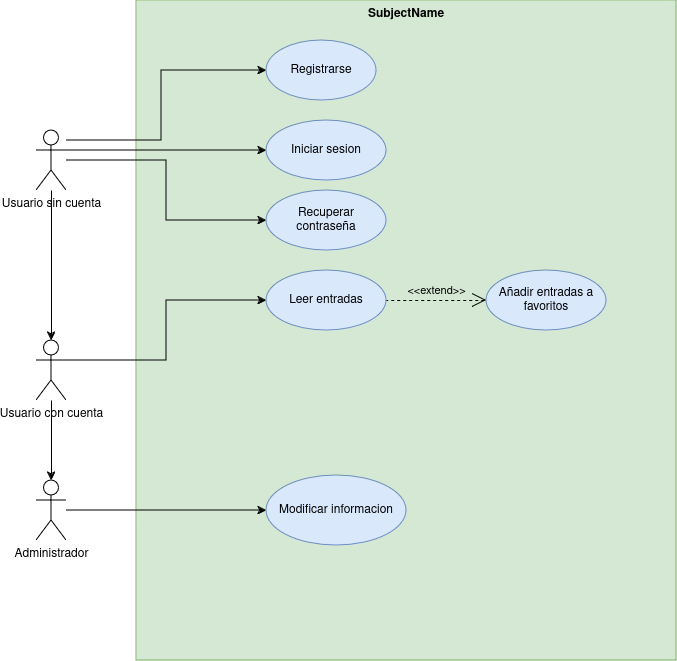
This is images/diagrama_casos_uso.drawio.png from mahoramas/LOLpedia-App, a draw.io export, as it was before one commit. Source tidied: cells renumbered, new cells last; positions are measured from the earlier drawing's top-left corner, leaving out a move shared by most shapes.
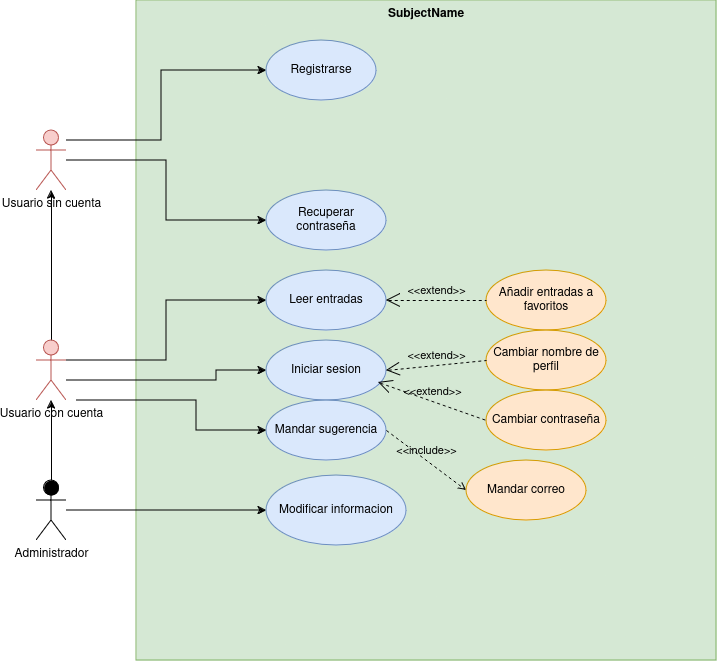
After the change.

The edit, as a diff of the source:
```diff
@@ -3,20 +3,21 @@
     <mxCell id="0" />
     <mxCell id="1" parent="0" />
     <mxCell id="2" value="SubjectName" style="shape=rect;html=1;verticalAlign=top;fontStyle=1;whiteSpace=wrap;align=center;fillColor=#d5e8d4;strokeColor=#82b366;" parent="1" vertex="1">
-      <mxGeometry x="100" width="540" height="660" as="geometry" />
+      <mxGeometry x="100" width="580" height="660" as="geometry" />
     </mxCell>
-    <mxCell id="3" style="edgeStyle=orthogonalEdgeStyle;rounded=0;jettySize=auto;html=1;entryX=0;entryY=0.5;entryDx=0;entryDy=0;" parent="1" edge="1" source="5" target="17">
+    <mxCell id="3" style="edgeStyle=orthogonalEdgeStyle;rounded=0;jettySize=auto;html=1;entryX=0;entryY=0.5;entryDx=0;entryDy=0;" parent="1" edge="1" target="17">
       <mxGeometry relative="1" as="geometry">
+        <mxPoint x="30" y="380" as="sourcePoint" />
         <Array as="points">
-          <mxPoint x="180" y="150" />
-          <mxPoint x="180" y="150" />
+          <mxPoint x="180" y="380" />
+          <mxPoint x="180" y="370" />
         </Array>
       </mxGeometry>
     </mxCell>
     <mxCell id="4" style="edgeStyle=orthogonalEdgeStyle;rounded=0;jettySize=auto;html=1;entryX=0;entryY=0.5;entryDx=0;entryDy=0;" parent="1" edge="1" source="5" target="18">
       <mxGeometry relative="1" as="geometry" />
     </mxCell>
-    <mxCell id="5" value="&lt;div&gt;Usuario sin cuenta&lt;br&gt;&lt;/div&gt;" style="shape=umlActor;verticalLabelPosition=bottom;verticalAlign=top;html=1;outlineConnect=0;" parent="1" vertex="1">
+    <mxCell id="5" value="&lt;div&gt;Usuario sin cuenta&lt;br&gt;&lt;/div&gt;" style="shape=umlActor;verticalLabelPosition=bottom;verticalAlign=top;html=1;outlineConnect=0;fillColor=#f8cecc;strokeColor=#b85450;" parent="1" vertex="1">
       <mxGeometry y="130" width="30" height="60" as="geometry" />
     </mxCell>
     <mxCell id="6" style="edgeStyle=orthogonalEdgeStyle;rounded=0;jettySize=auto;html=1;entryX=0;entryY=0.5;entryDx=0;entryDy=0;" parent="1" edge="1" source="5" target="11">
@@ -35,7 +36,10 @@
         </Array>
       </mxGeometry>
     </mxCell>
+    <mxCell id="20" style="edgeStyle=orthogonalEdgeStyle;rounded=0;jettySize=auto;html=1;" parent="1" edge="1" source="8" target="5">
+      <mxGeometry relative="1" as="geometry" />
+    </mxCell>
-    <mxCell id="8" value="Usuario con cuenta" style="shape=umlActor;verticalLabelPosition=bottom;verticalAlign=top;html=1;outlineConnect=0;" parent="1" vertex="1">
+    <mxCell id="8" value="Usuario con cuenta" style="shape=umlActor;verticalLabelPosition=bottom;verticalAlign=top;html=1;outlineConnect=0;fillColor=#f8cecc;strokeColor=#b85450;" parent="1" vertex="1">
       <mxGeometry y="340" width="30" height="60" as="geometry" />
     </mxCell>
     <mxCell id="9" style="edgeStyle=orthogonalEdgeStyle;rounded=0;jettySize=auto;html=1;entryX=0;entryY=0.5;entryDx=0;entryDy=0;" parent="1" edge="1" source="10" target="13">
@@ -46,7 +50,10 @@
         </Array>
       </mxGeometry>
     </mxCell>
+    <mxCell id="21" style="edgeStyle=orthogonalEdgeStyle;rounded=0;jettySize=auto;html=1;" parent="1" edge="1" source="10" target="8">
+      <mxGeometry relative="1" as="geometry" />
+    </mxCell>
-    <mxCell id="10" value="&lt;div&gt;Administrador&lt;/div&gt;" style="shape=umlActor;verticalLabelPosition=bottom;verticalAlign=top;html=1;outlineConnect=0;" parent="1" vertex="1">
+    <mxCell id="10" value="&lt;div&gt;Administrador&lt;/div&gt;" style="shape=umlActor;verticalLabelPosition=bottom;verticalAlign=top;html=1;outlineConnect=0;fillColor=#000000;" parent="1" vertex="1">
       <mxGeometry y="480" width="30" height="60" as="geometry" />
     </mxCell>
     <mxCell id="11" value="Registrarse" style="ellipse;whiteSpace=wrap;html=1;fillColor=#dae8fc;strokeColor=#6c8ebf;" parent="1" vertex="1">
@@ -58,23 +65,47 @@
     <mxCell id="13" value="Modificar informacion" style="ellipse;whiteSpace=wrap;html=1;fillColor=#dae8fc;strokeColor=#6c8ebf;" parent="1" vertex="1">
       <mxGeometry x="230" y="475" width="140" height="70" as="geometry" />
     </mxCell>
-    <mxCell id="14" value="Añadir entradas a favoritos" style="ellipse;whiteSpace=wrap;html=1;fillColor=#dae8fc;strokeColor=#6c8ebf;" parent="1" vertex="1">
+    <mxCell id="14" value="Añadir entradas a favoritos" style="ellipse;whiteSpace=wrap;html=1;fillColor=#ffe6cc;strokeColor=#d79b00;" parent="1" vertex="1">
       <mxGeometry x="450" y="270" width="120" height="60" as="geometry" />
     </mxCell>
-    <mxCell id="15" style="edgeStyle=orthogonalEdgeStyle;rounded=0;jettySize=auto;html=1;entryX=0.5;entryY=0;entryDx=0;entryDy=0;entryPerimeter=0;" parent="1" edge="1" source="5" target="8">
-      <mxGeometry relative="1" as="geometry" />
-    </mxCell>
-    <mxCell id="16" style="edgeStyle=orthogonalEdgeStyle;rounded=0;jettySize=auto;html=1;entryX=0.5;entryY=0;entryDx=0;entryDy=0;entryPerimeter=0;" parent="1" edge="1" source="8" target="10">
-      <mxGeometry relative="1" as="geometry" />
-    </mxCell>
     <mxCell id="17" value="Iniciar sesion" style="ellipse;whiteSpace=wrap;html=1;fillColor=#dae8fc;strokeColor=#6c8ebf;" parent="1" vertex="1">
-      <mxGeometry x="230" y="120" width="120" height="60" as="geometry" />
+      <mxGeometry x="230" y="340" width="120" height="60" as="geometry" />
     </mxCell>
     <mxCell id="18" value="Recuperar contraseña" style="ellipse;whiteSpace=wrap;html=1;fillColor=#dae8fc;strokeColor=#6c8ebf;" parent="1" vertex="1">
       <mxGeometry x="230" y="190" width="120" height="60" as="geometry" />
     </mxCell>
-    <mxCell id="19" value="&amp;lt;&amp;lt;extend&amp;gt;&amp;gt;" style="edgeStyle=none;html=1;startArrow=open;endArrow=none;startSize=12;verticalAlign=bottom;dashed=1;labelBackgroundColor=none;rounded=0;exitX=0;exitY=0.5;exitDx=0;exitDy=0;entryX=1;entryY=0.5;entryDx=0;entryDy=0;" parent="1" edge="1" source="14" target="12">
+    <mxCell id="19" value="&amp;lt;&amp;lt;extend&amp;gt;&amp;gt;" style="edgeStyle=none;html=1;startArrow=open;endArrow=none;startSize=12;verticalAlign=bottom;dashed=1;labelBackgroundColor=none;rounded=0;exitX=1;exitY=0.5;exitDx=0;exitDy=0;entryX=0;entryY=0.5;entryDx=0;entryDy=0;" parent="1" edge="1" source="12" target="14">
       <mxGeometry relative="1" as="geometry" />
     </mxCell>
+    <mxCell id="22" value="Cambiar nombre de perfil" style="ellipse;whiteSpace=wrap;html=1;fillColor=#ffe6cc;strokeColor=#d79b00;" parent="1" vertex="1">
+      <mxGeometry x="450" y="330" width="120" height="60" as="geometry" />
+    </mxCell>
+    <mxCell id="23" value="&amp;lt;&amp;lt;extend&amp;gt;&amp;gt;" style="edgeStyle=none;html=1;startArrow=open;endArrow=none;startSize=12;verticalAlign=bottom;dashed=1;labelBackgroundColor=none;rounded=0;entryX=0;entryY=0.5;entryDx=0;entryDy=0;exitX=1;exitY=0.5;exitDx=0;exitDy=0;" parent="1" edge="1" source="17" target="22">
+      <mxGeometry relative="1" as="geometry" />
+    </mxCell>
+    <mxCell id="24" value="Cambiar contraseña" style="ellipse;whiteSpace=wrap;html=1;fillColor=#ffe6cc;strokeColor=#d79b00;" parent="1" vertex="1">
+      <mxGeometry x="450" y="390" width="120" height="60" as="geometry" />
+    </mxCell>
+    <mxCell id="25" value="&amp;lt;&amp;lt;extend&amp;gt;&amp;gt;" style="edgeStyle=none;html=1;startArrow=open;endArrow=none;startSize=12;verticalAlign=bottom;dashed=1;labelBackgroundColor=none;rounded=0;entryX=0;entryY=0.5;entryDx=0;entryDy=0;exitX=0.933;exitY=0.7;exitDx=0;exitDy=0;exitPerimeter=0;" parent="1" edge="1" source="17" target="24">
+      <mxGeometry relative="1" as="geometry" />
+    </mxCell>
+    <mxCell id="26" value="Mandar sugerencia" style="ellipse;whiteSpace=wrap;html=1;fillColor=#dae8fc;strokeColor=#6c8ebf;" parent="1" vertex="1">
+      <mxGeometry x="230" y="400" width="120" height="60" as="geometry" />
+    </mxCell>
+    <mxCell id="27" style="edgeStyle=orthogonalEdgeStyle;rounded=0;jettySize=auto;html=1;entryX=0;entryY=0.5;entryDx=0;entryDy=0;" parent="1" edge="1" target="26">
+      <mxGeometry relative="1" as="geometry">
+        <mxPoint x="40" y="400" as="sourcePoint" />
+        <Array as="points">
+          <mxPoint x="160" y="400" />
+          <mxPoint x="160" y="430" />
+        </Array>
+      </mxGeometry>
+    </mxCell>
+    <mxCell id="28" value="&amp;lt;&amp;lt;include&amp;gt;&amp;gt;" style="edgeStyle=none;html=1;endArrow=open;verticalAlign=bottom;dashed=1;labelBackgroundColor=none;rounded=0;entryX=0;entryY=0.5;entryDx=0;entryDy=0;exitX=1;exitY=0.5;exitDx=0;exitDy=0;" parent="1" edge="1" source="26" target="29">
+      <mxGeometry relative="1" as="geometry" />
+    </mxCell>
+    <mxCell id="29" value="Mandar correo" style="ellipse;whiteSpace=wrap;html=1;fillColor=#ffe6cc;strokeColor=#d79b00;" parent="1" vertex="1">
+      <mxGeometry x="430" y="460" width="120" height="60" as="geometry" />
+    </mxCell>
   </root>
 </mxGraphModel>
```
